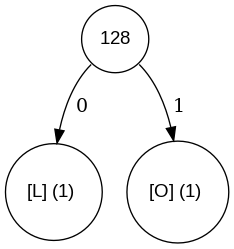
Earlier version of the Graphviz export fil_rouge/codage/huffman/png/v_00000_tree.png (silvavds/aap). Its source is kept beside it as fil_rouge/codage/huffman/dot/v_00000_tree.dot.
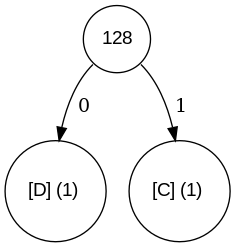
The same diagram one commit later.

Change to the diagram source:
```diff
@@ -1,8 +1,8 @@
 digraph tree {
 	node [fontname="Arial", shape="circle", width=0.5];
 
-128:sw -> 76 [label = " 0"];
-76 [label = "[L] (1) "];
-128:se -> 79 [label = " 1"];
-79 [label = "[O] (1) "];
+128:se -> 67 [label = " 1"];
+67 [label = "[C] (1) "];
+128:sw -> 68 [label = " 0"];
+68 [label = "[D] (1) "];
 }
```
